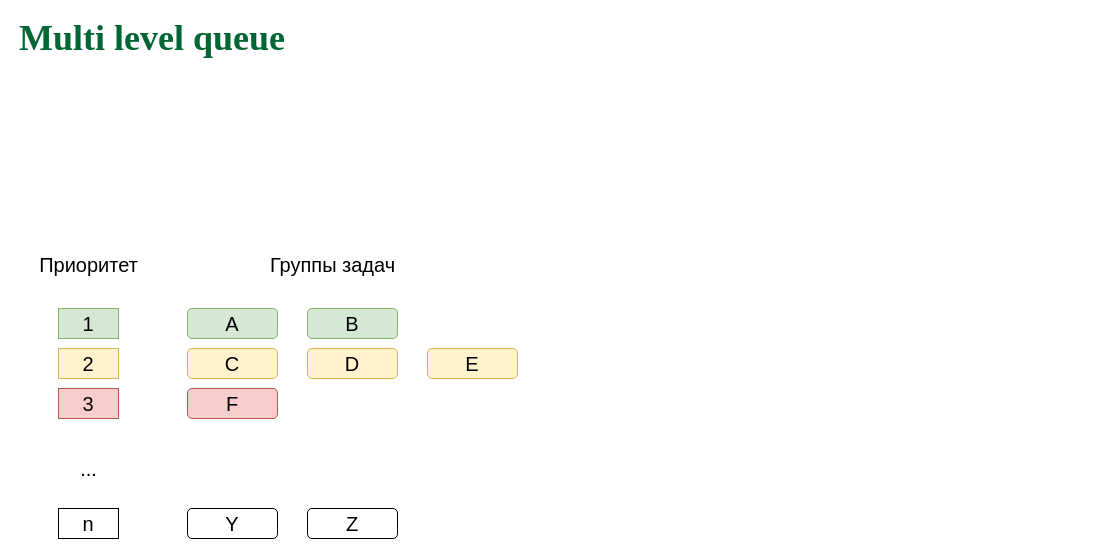
Above: page "MLQ-1" (19 of 26) of slides/sched.drawio in 77maxikov/os_course (draw.io), before the change. Source tidied: cells renumbered, new cells numbered last; positions are measured from the earlier drawing's top-left corner, leaving out a move shared by most shapes. Both pictures are drawn from the tidied source at 100%, with x=0, y=0 at pixel (17, 28).
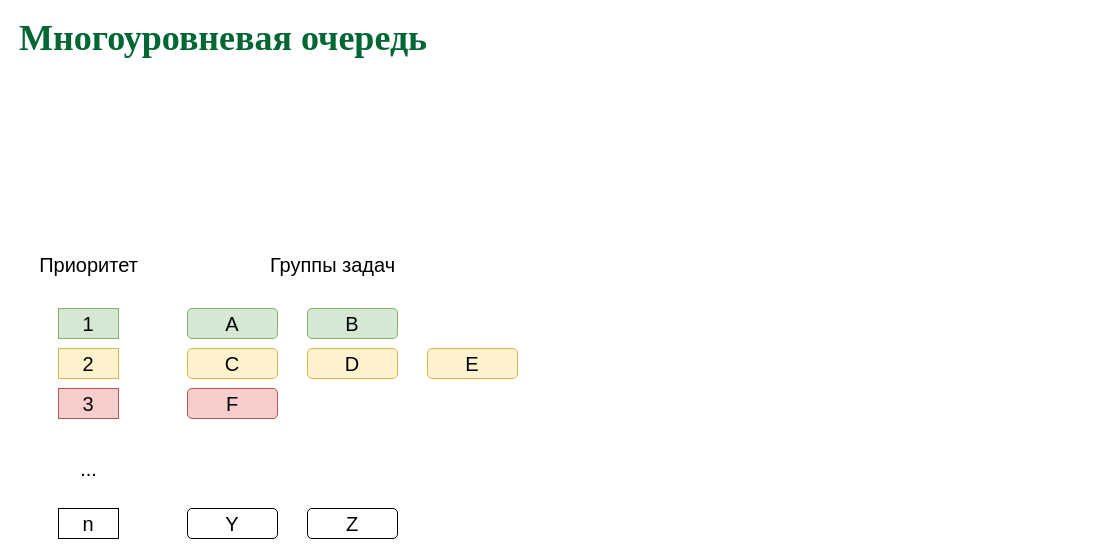
Above is the later version.

What changed in the source:
```diff
@@
 <mxGraphModel>
   <root>
     <mxCell id="0" />
     <mxCell id="1" parent="0" />
-    <mxCell id="2" value="&lt;font color=&quot;#006633&quot; face=&quot;Garamond&quot;&gt;&lt;span style=&quot;font-size: 36px&quot;&gt;&lt;b&gt;Multi level queue&lt;/b&gt;&lt;/span&gt;&lt;/font&gt;" style="text;html=1;align=left;verticalAlign=middle;whiteSpace=wrap;rounded=0;" parent="1" vertex="1">
+    <mxCell id="2" value="&lt;font color=&quot;#006633&quot; face=&quot;Garamond&quot;&gt;&lt;span style=&quot;font-size: 36px&quot;&gt;&lt;b&gt;Многоуровневая очередь&lt;/b&gt;&lt;/span&gt;&lt;/font&gt;" style="text;html=1;align=left;verticalAlign=middle;whiteSpace=wrap;rounded=0;" parent="1" vertex="1">
       <mxGeometry width="1060" height="20" as="geometry" />
     </mxCell>
     <mxCell id="3" value="&lt;font style=&quot;font-size: 20px&quot;&gt;1&lt;/font&gt;" style="rounded=0;whiteSpace=wrap;html=1;fillColor=#d5e8d4;strokeColor=#82b366;" parent="1" vertex="1">
       <mxGeometry x="41" y="280" width="60" height="30" as="geometry" />
     </mxCell>
     <mxCell id="4" value="&lt;font style=&quot;font-size: 20px&quot;&gt;2&lt;/font&gt;" style="rounded=0;whiteSpace=wrap;html=1;fillColor=#fff2cc;strokeColor=#d6b656;" parent="1" vertex="1">
       <mxGeometry x="41" y="320" width="60" height="30" as="geometry" />
     </mxCell>
     <mxCell id="5" value="&lt;font style=&quot;font-size: 20px&quot;&gt;3&lt;/font&gt;" style="rounded=0;whiteSpace=wrap;html=1;fillColor=#f8cecc;strokeColor=#b85450;" parent="1" vertex="1">
       <mxGeometry x="41" y="360" width="60" height="30" as="geometry" />
     </mxCell>
     <mxCell id="6" value="&lt;font style=&quot;font-size: 20px&quot;&gt;n&lt;/font&gt;" style="rounded=0;whiteSpace=wrap;html=1;" parent="1" vertex="1">
       <mxGeometry x="41" y="480" width="60" height="30" as="geometry" />
     </mxCell>
     <mxCell id="7" value="&lt;font style=&quot;font-size: 20px&quot;&gt;Приоритет&lt;/font&gt;" style="text;html=1;align=center;verticalAlign=middle;" parent="1" vertex="1">
       <mxGeometry x="16" y="226" width="110" height="20" as="geometry" />
     </mxCell>
     <mxCell id="8" value="&lt;font style=&quot;font-size: 20px&quot;&gt;Группы задач&lt;/font&gt;" style="text;html=1;align=center;verticalAlign=middle;" parent="1" vertex="1">
       <mxGeometry x="245" y="226" width="140" height="20" as="geometry" />
     </mxCell>
     <mxCell id="9" value="&lt;font style=&quot;font-size: 20px&quot;&gt;...&lt;/font&gt;" style="text;html=1;align=center;verticalAlign=middle;" parent="1" vertex="1">
       <mxGeometry x="56" y="430" width="30" height="20" as="geometry" />
     </mxCell>
     <mxCell id="10" value="&lt;font style=&quot;font-size: 20px&quot;&gt;A&lt;/font&gt;" style="rounded=1;whiteSpace=wrap;html=1;fillColor=#d5e8d4;strokeColor=#82b366;" parent="1" vertex="1">
       <mxGeometry x="170" y="280" width="90" height="30" as="geometry" />
     </mxCell>
     <mxCell id="11" value="&lt;font style=&quot;font-size: 20px&quot;&gt;B&lt;/font&gt;" style="rounded=1;whiteSpace=wrap;html=1;fillColor=#d5e8d4;strokeColor=#82b366;" parent="1" vertex="1">
       <mxGeometry x="290" y="280" width="90" height="30" as="geometry" />
     </mxCell>
     <mxCell id="12" value="C" style="rounded=1;whiteSpace=wrap;html=1;fontSize=20;fillColor=#fff2cc;strokeColor=#d6b656;" parent="1" vertex="1">
       <mxGeometry x="170" y="320" width="90" height="30" as="geometry" />
     </mxCell>
     <mxCell id="13" value="D" style="rounded=1;whiteSpace=wrap;html=1;fontSize=20;fillColor=#fff2cc;strokeColor=#d6b656;" parent="1" vertex="1">
       <mxGeometry x="290" y="320" width="90" height="30" as="geometry" />
     </mxCell>
     <mxCell id="14" value="E" style="rounded=1;whiteSpace=wrap;html=1;fontSize=20;fillColor=#fff2cc;strokeColor=#d6b656;" parent="1" vertex="1">
       <mxGeometry x="410" y="320" width="90" height="30" as="geometry" />
     </mxCell>
     <mxCell id="15" value="F" style="rounded=1;whiteSpace=wrap;html=1;fontSize=20;fillColor=#f8cecc;strokeColor=#b85450;" parent="1" vertex="1">
       <mxGeometry x="170" y="360" width="90" height="30" as="geometry" />
     </mxCell>
     <mxCell id="16" value="Y" style="rounded=1;whiteSpace=wrap;html=1;fontSize=20;" parent="1" vertex="1">
       <mxGeometry x="170" y="480" width="90" height="30" as="geometry" />
     </mxCell>
     <mxCell id="17" value="Z" style="rounded=1;whiteSpace=wrap;html=1;fontSize=20;" parent="1" vertex="1">
       <mxGeometry x="290" y="480" width="90" height="30" as="geometry" />
     </mxCell>
   </root>
 </mxGraphModel>
```
